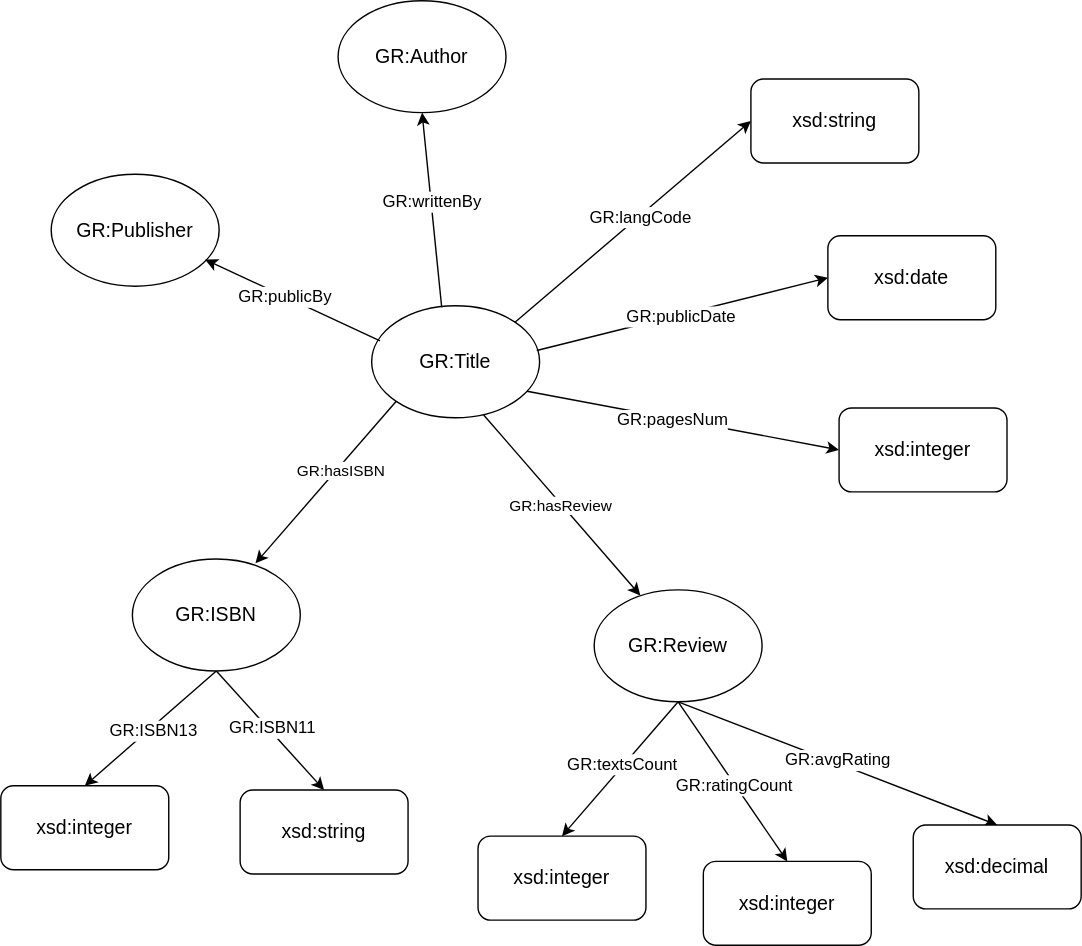
The draw.io diagram imgs/GR.svg in Abyssalite/goodread-book-review, before a commit. Source tidied: cells renumbered, new cells last; positions are measured from the earlier drawing's top-left corner, leaving out a move shared by most shapes.
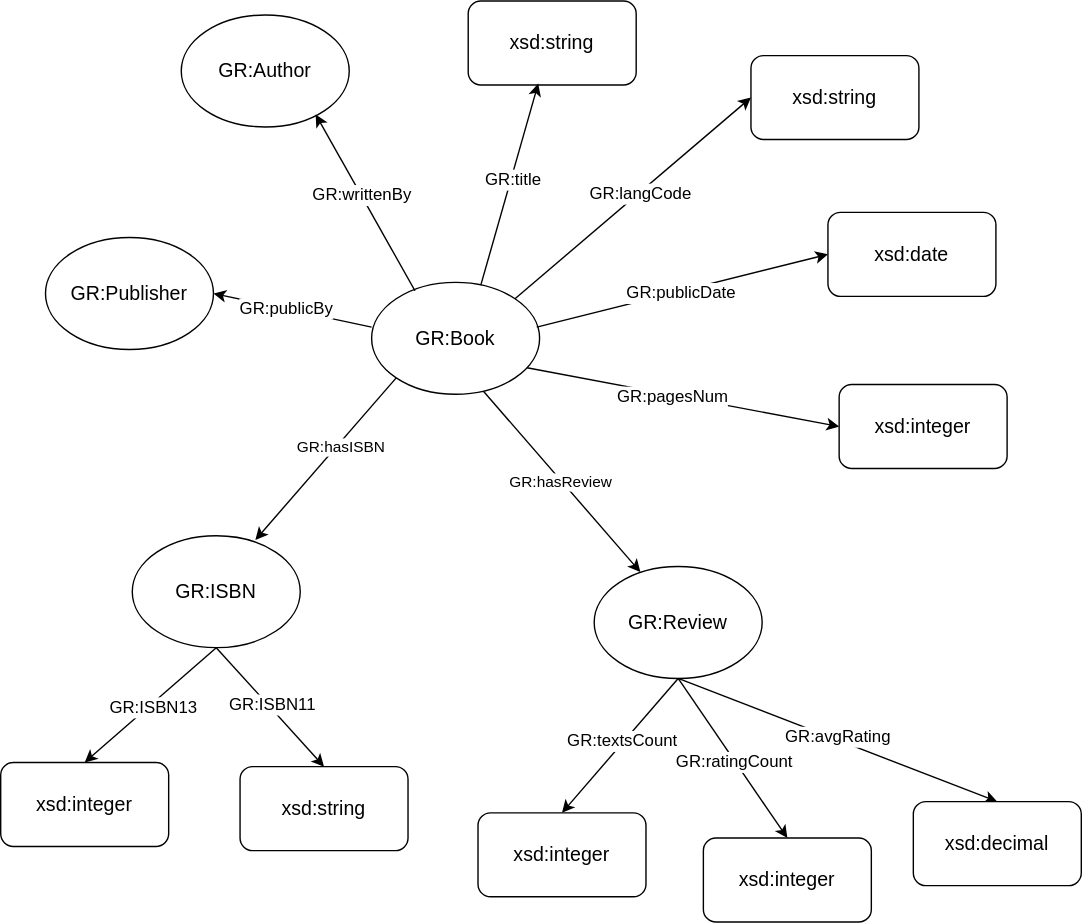
The same diagram one commit later.

The edit, as a diff of the source:
```diff
@@ -2,20 +2,20 @@
   <root>
     <mxCell id="0" />
     <mxCell id="1" parent="0" />
-    <mxCell id="2" value="&lt;font style=&quot;font-size: 14px;&quot;&gt;GR:Title&lt;/font&gt;" style="ellipse;whiteSpace=wrap;html=1;" parent="1" vertex="1">
+    <mxCell id="2" value="&lt;font style=&quot;font-size: 14px;&quot;&gt;GR:Book&lt;/font&gt;" style="ellipse;whiteSpace=wrap;html=1;" parent="1" vertex="1">
       <mxGeometry x="265" y="218" width="120" height="80" as="geometry" />
     </mxCell>
     <mxCell id="3" value="&lt;font style=&quot;font-size: 14px;&quot;&gt;GR:Review&lt;/font&gt;" style="ellipse;whiteSpace=wrap;html=1;" parent="1" vertex="1">
       <mxGeometry x="424" y="421" width="120" height="80" as="geometry" />
     </mxCell>
     <mxCell id="4" value="&lt;span style=&quot;font-size: 14px;&quot;&gt;GR:Author&lt;/span&gt;" style="ellipse;whiteSpace=wrap;html=1;" parent="1" vertex="1">
-      <mxGeometry x="241" width="120" height="80" as="geometry" />
+      <mxGeometry x="129" y="27" width="120" height="80" as="geometry" />
     </mxCell>
     <mxCell id="5" value="&lt;font style=&quot;font-size: 14px;&quot;&gt;GR:ISBN&lt;/font&gt;" style="ellipse;whiteSpace=wrap;html=1;" parent="1" vertex="1">
       <mxGeometry x="94" y="399" width="120" height="80" as="geometry" />
     </mxCell>
     <mxCell id="6" value="&lt;span style=&quot;font-size: 14px;&quot;&gt;GR:Publisher&lt;/span&gt;" style="ellipse;whiteSpace=wrap;html=1;" parent="1" vertex="1">
-      <mxGeometry x="36" y="124" width="120" height="80" as="geometry" />
+      <mxGeometry x="32" y="186" width="120" height="80" as="geometry" />
     </mxCell>
     <mxCell id="7" style="endArrow=classic;html=1;rounded=0;entryX=0.733;entryY=0.038;entryDx=0;entryDy=0;exitX=0;exitY=1;exitDx=0;exitDy=0;entryPerimeter=0;" parent="1" edge="1" source="2" target="5">
       <mxGeometry relative="1" as="geometry" />
@@ -23,13 +23,13 @@
     <mxCell id="8" value="GR:hasISBN" style="edgeLabel;html=1;align=center;verticalAlign=middle;" parent="7" vertex="1">
       <mxGeometry x="-0.17" y="2" relative="1" as="geometry" />
     </mxCell>
-    <mxCell id="9" style="endArrow=classic;html=1;rounded=0;entryX=0.917;entryY=0.763;entryDx=0;entryDy=0;exitX=0.05;exitY=0.313;exitDx=0;exitDy=0;exitPerimeter=0;entryPerimeter=0;" parent="1" edge="1" source="2" target="6">
+    <mxCell id="9" style="endArrow=classic;html=1;rounded=0;entryX=1;entryY=0.5;entryDx=0;entryDy=0;exitX=0;exitY=0.4;exitDx=0;exitDy=0;exitPerimeter=0;" parent="1" edge="1" source="2" target="6">
       <mxGeometry relative="1" as="geometry" />
     </mxCell>
     <mxCell id="10" value="&lt;font style=&quot;font-size: 12px;&quot;&gt;GR:publicBy&lt;/font&gt;" style="edgeLabel;html=1;align=center;verticalAlign=middle;" parent="9" vertex="1">
       <mxGeometry x="0.1" relative="1" as="geometry" />
     </mxCell>
-    <mxCell id="11" style="endArrow=classic;html=1;rounded=0;entryX=0.5;entryY=1;entryDx=0;entryDy=0;exitX=0.417;exitY=0.013;exitDx=0;exitDy=0;exitPerimeter=0;" parent="1" edge="1" source="2" target="4">
+    <mxCell id="11" style="endArrow=classic;html=1;rounded=0;entryX=0.8;entryY=0.888;entryDx=0;entryDy=0;exitX=0.258;exitY=0.075;exitDx=0;exitDy=0;exitPerimeter=0;entryPerimeter=0;" parent="1" edge="1" source="2" target="4">
       <mxGeometry relative="1" as="geometry" />
     </mxCell>
     <mxCell id="12" value="&lt;font style=&quot;font-size: 12px;&quot;&gt;GR:writtenBy&lt;/font&gt;" style="edgeLabel;html=1;align=center;verticalAlign=middle;" parent="11" vertex="1">
@@ -115,5 +115,16 @@
     <mxCell id="38" value="&lt;font style=&quot;font-size: 12px;&quot;&gt;GR:ISBN13&lt;/font&gt;" style="edgeLabel;html=1;align=center;verticalAlign=middle;" parent="37" vertex="1">
       <mxGeometry x="-0.01" y="2" relative="1" as="geometry" />
     </mxCell>
+    <mxCell id="39" value="&lt;font style=&quot;font-size: 14px;&quot;&gt;xsd:string&lt;/font&gt;" style="rounded=1;whiteSpace=wrap;html=1;" parent="1" vertex="1">
+      <mxGeometry x="334" y="17" width="120" height="60" as="geometry" />
+    </mxCell>
+    <mxCell id="40" style="endArrow=classic;html=1;rounded=0;entryX=0.417;entryY=0.983;entryDx=0;entryDy=0;exitX=0.65;exitY=0.025;exitDx=0;exitDy=0;exitPerimeter=0;entryPerimeter=0;" parent="1" edge="1" source="2" target="39">
+      <mxGeometry relative="1" as="geometry" />
+    </mxCell>
+    <mxCell id="41" value="&lt;font style=&quot;font-size: 12px;&quot;&gt;GR:title&lt;/font&gt;" style="edgeLabel;html=1;align=center;verticalAlign=middle;" parent="40" vertex="1">
+      <mxGeometry x="0.05" y="-1" relative="1" as="geometry">
+        <mxPoint y="-1" as="offset" />
+      </mxGeometry>
+    </mxCell>
   </root>
 </mxGraphModel>
```
